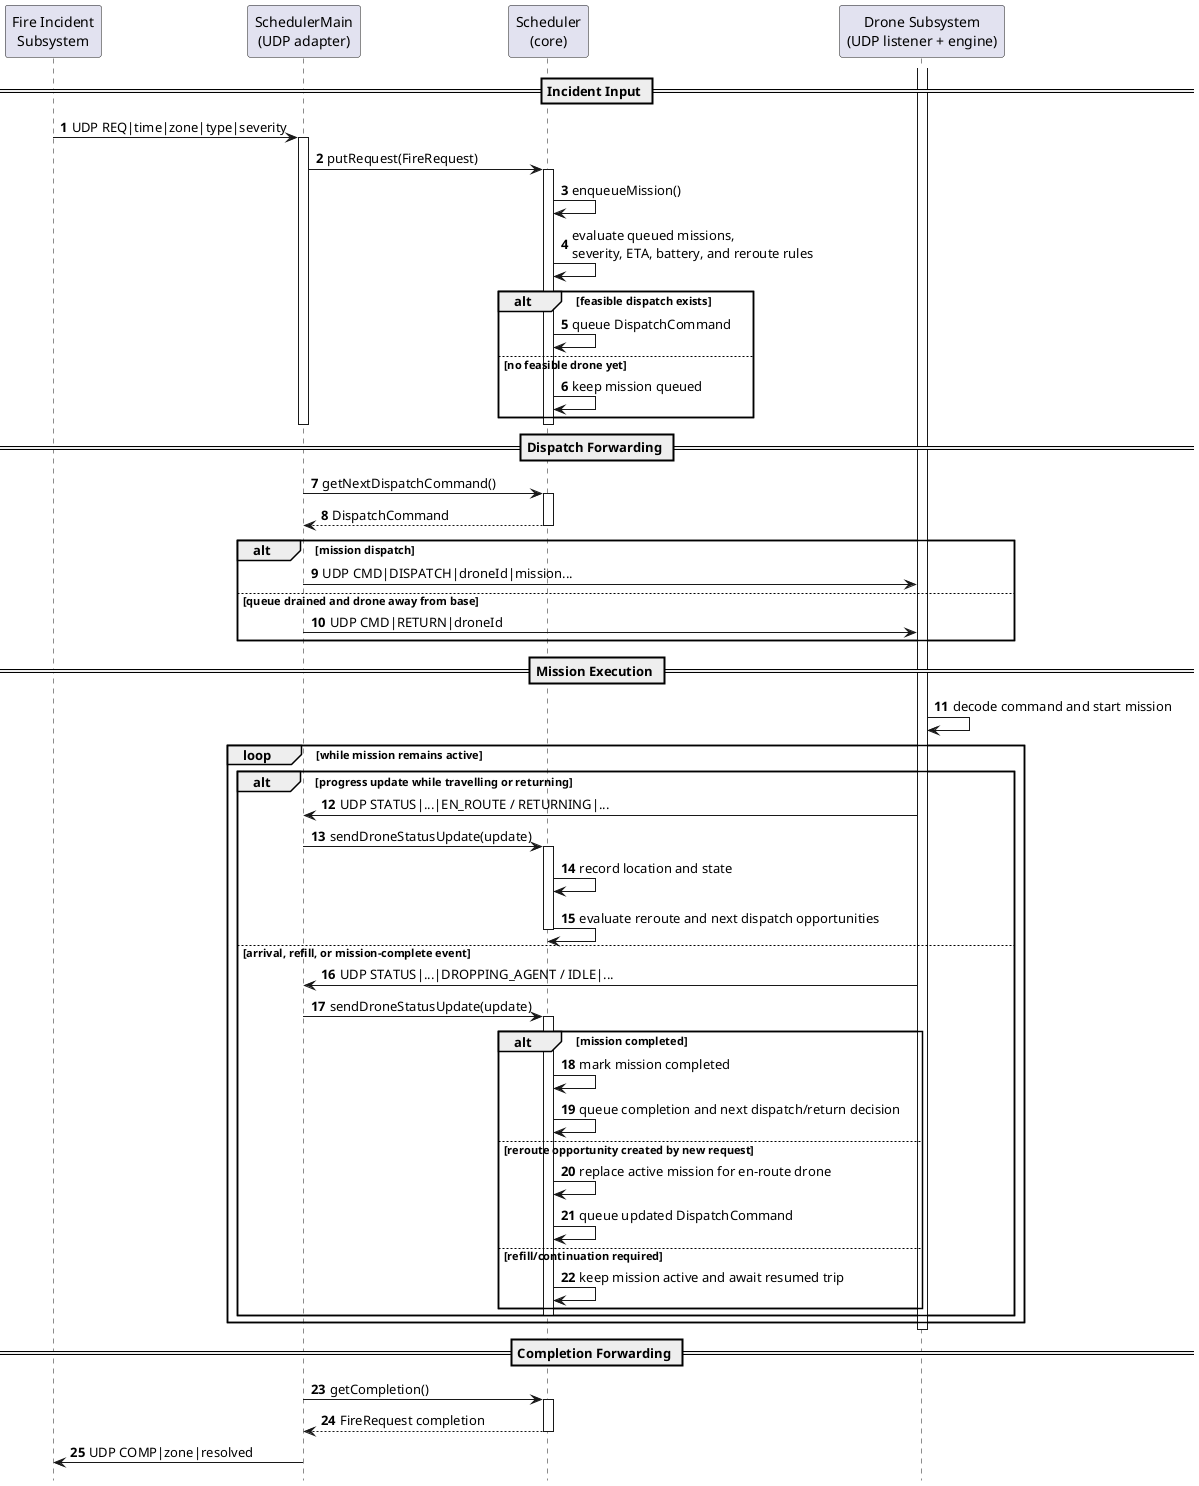
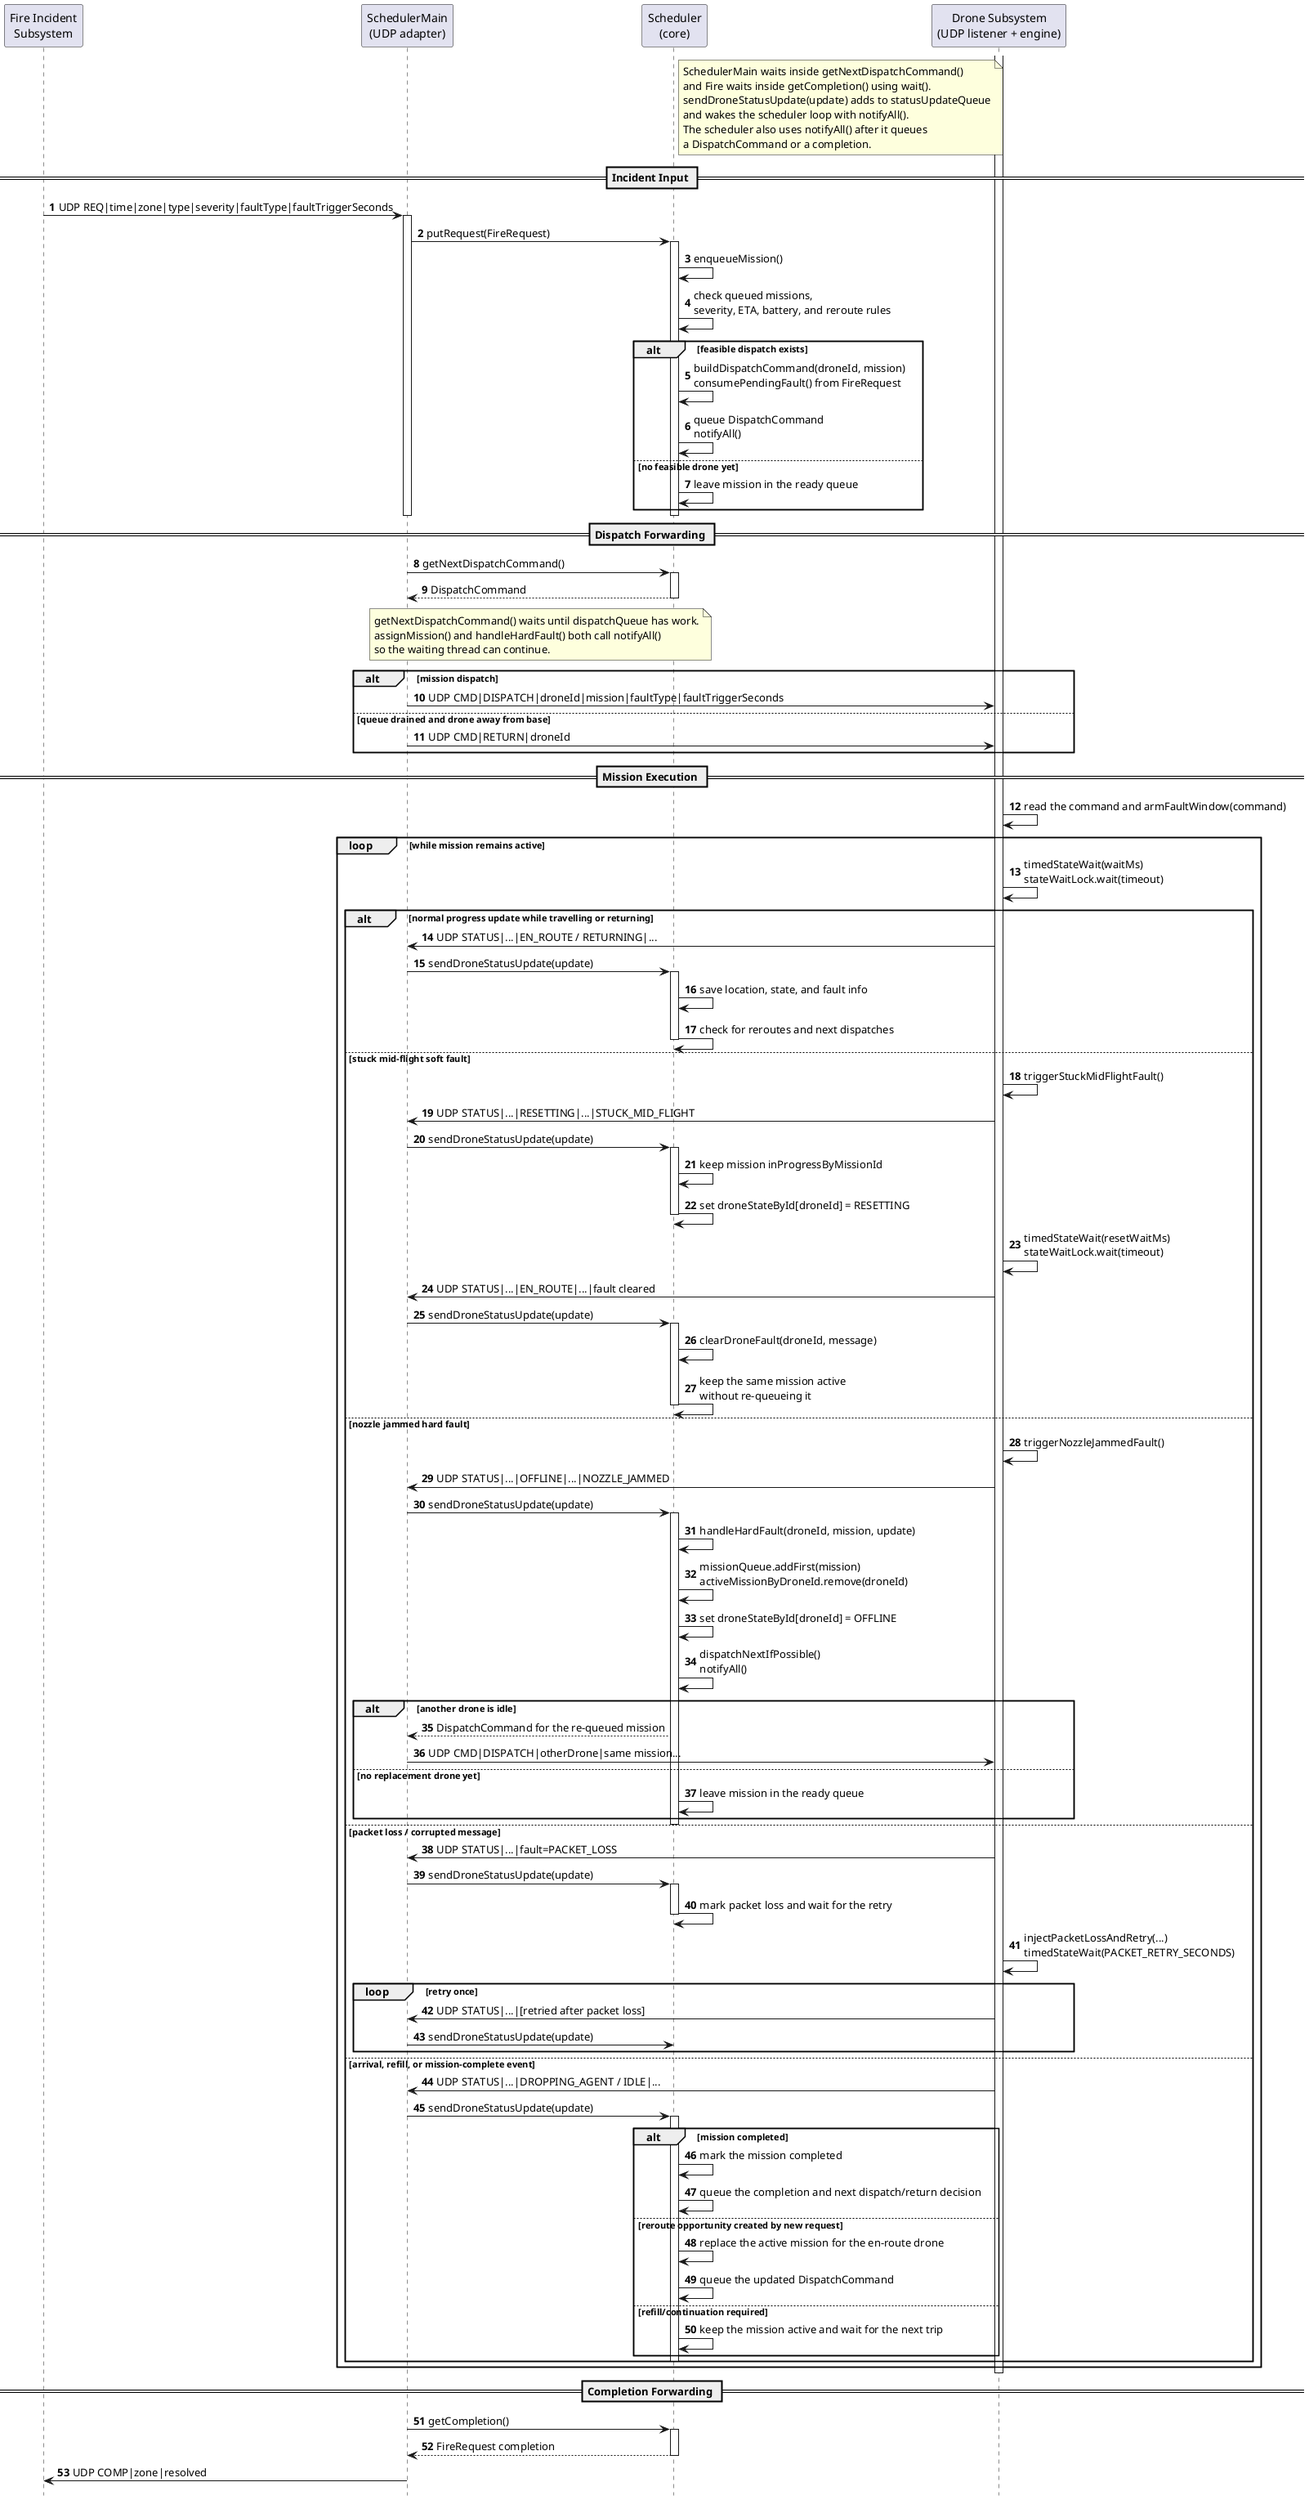
@startuml
autonumber
hide footbox

participant "Fire Incident\nSubsystem" as Fire
participant "SchedulerMain\n(UDP adapter)" as SchedulerMain
participant "Scheduler\n(core)" as Scheduler
participant "Drone Subsystem\n(UDP listener + engine)" as Drone

+ note right of Scheduler
+   SchedulerMain waits inside getNextDispatchCommand()
+   and Fire waits inside getCompletion() using wait().
+   sendDroneStatusUpdate(update) adds to statusUpdateQueue
+   and wakes the scheduler loop with notifyAll().
+   The scheduler also uses notifyAll() after it queues
+   a DispatchCommand or a completion.
+ end note
+ 
== Incident Input ==
- Fire -> SchedulerMain : UDP REQ|time|zone|type|severity
+ Fire -> SchedulerMain : UDP REQ|time|zone|type|severity|faultType|faultTriggerSeconds
activate SchedulerMain
SchedulerMain -> Scheduler : putRequest(FireRequest)
activate Scheduler
Scheduler -> Scheduler : enqueueMission()
- Scheduler -> Scheduler : evaluate queued missions,\nseverity, ETA, battery, and reroute rules
+ Scheduler -> Scheduler : check queued missions,\nseverity, ETA, battery, and reroute rules
alt feasible dispatch exists
-   Scheduler -> Scheduler : queue DispatchCommand
+   Scheduler -> Scheduler : buildDispatchCommand(droneId, mission)\nconsumePendingFault() from FireRequest
+   Scheduler -> Scheduler : queue DispatchCommand\nnotifyAll()
else no feasible drone yet
-   Scheduler -> Scheduler : keep mission queued
+   Scheduler -> Scheduler : leave mission in the ready queue
end
deactivate Scheduler
deactivate SchedulerMain

== Dispatch Forwarding ==
SchedulerMain -> Scheduler : getNextDispatchCommand()
activate Scheduler
Scheduler --> SchedulerMain : DispatchCommand
deactivate Scheduler
+ note over SchedulerMain,Scheduler
+   getNextDispatchCommand() waits until dispatchQueue has work.
+   assignMission() and handleHardFault() both call notifyAll()
+   so the waiting thread can continue.
+ end note
alt mission dispatch
-   SchedulerMain -> Drone : UDP CMD|DISPATCH|droneId|mission...
+   SchedulerMain -> Drone : UDP CMD|DISPATCH|droneId|mission|faultType|faultTriggerSeconds
else queue drained and drone away from base
  SchedulerMain -> Drone : UDP CMD|RETURN|droneId
end

== Mission Execution ==
activate Drone
- Drone -> Drone : decode command and start mission
+ Drone -> Drone : read the command and armFaultWindow(command)

loop while mission remains active
-   alt progress update while travelling or returning
+   Drone -> Drone : timedStateWait(waitMs)\nstateWaitLock.wait(timeout)
+ 
+   alt normal progress update while travelling or returning
    Drone -> SchedulerMain : UDP STATUS|...|EN_ROUTE / RETURNING|...
    SchedulerMain -> Scheduler : sendDroneStatusUpdate(update)
    activate Scheduler
-     Scheduler -> Scheduler : record location and state
-     Scheduler -> Scheduler : evaluate reroute and next dispatch opportunities
+     Scheduler -> Scheduler : save location, state, and fault info
+     Scheduler -> Scheduler : check for reroutes and next dispatches
    deactivate Scheduler
+   else stuck mid-flight soft fault
+     Drone -> Drone : triggerStuckMidFlightFault()
+     Drone -> SchedulerMain : UDP STATUS|...|RESETTING|...|STUCK_MID_FLIGHT
+     SchedulerMain -> Scheduler : sendDroneStatusUpdate(update)
+     activate Scheduler
+     Scheduler -> Scheduler : keep mission inProgressByMissionId
+     Scheduler -> Scheduler : set droneStateById[droneId] = RESETTING
+     deactivate Scheduler
+ 
+     Drone -> Drone : timedStateWait(resetWaitMs)\nstateWaitLock.wait(timeout)
+     Drone -> SchedulerMain : UDP STATUS|...|EN_ROUTE|...|fault cleared
+     SchedulerMain -> Scheduler : sendDroneStatusUpdate(update)
+     activate Scheduler
+     Scheduler -> Scheduler : clearDroneFault(droneId, message)
+     Scheduler -> Scheduler : keep the same mission active\nwithout re-queueing it
+     deactivate Scheduler
+ 
+   else nozzle jammed hard fault
+     Drone -> Drone : triggerNozzleJammedFault()
+     Drone -> SchedulerMain : UDP STATUS|...|OFFLINE|...|NOZZLE_JAMMED
+     SchedulerMain -> Scheduler : sendDroneStatusUpdate(update)
+     activate Scheduler
+     Scheduler -> Scheduler : handleHardFault(droneId, mission, update)
+     Scheduler -> Scheduler : missionQueue.addFirst(mission)\nactiveMissionByDroneId.remove(droneId)
+     Scheduler -> Scheduler : set droneStateById[droneId] = OFFLINE
+     Scheduler -> Scheduler : dispatchNextIfPossible()\nnotifyAll()
+     alt another drone is idle
+       Scheduler --> SchedulerMain : DispatchCommand for the re-queued mission
+       SchedulerMain -> Drone : UDP CMD|DISPATCH|otherDrone|same mission...
+     else no replacement drone yet
+       Scheduler -> Scheduler : leave mission in the ready queue
+     end
+     deactivate Scheduler
+ 
+   else packet loss / corrupted message
+     Drone -> SchedulerMain : UDP STATUS|...|fault=PACKET_LOSS
+     SchedulerMain -> Scheduler : sendDroneStatusUpdate(update)
+     activate Scheduler
+     Scheduler -> Scheduler : mark packet loss and wait for the retry
+     deactivate Scheduler
+ 
+     Drone -> Drone : injectPacketLossAndRetry(...)\ntimedStateWait(PACKET_RETRY_SECONDS)
+     loop retry once
+       Drone -> SchedulerMain : UDP STATUS|...|[retried after packet loss]
+       SchedulerMain -> Scheduler : sendDroneStatusUpdate(update)
+     end
+ 
  else arrival, refill, or mission-complete event
    Drone -> SchedulerMain : UDP STATUS|...|DROPPING_AGENT / IDLE|...
    SchedulerMain -> Scheduler : sendDroneStatusUpdate(update)
    activate Scheduler
    alt mission completed
-       Scheduler -> Scheduler : mark mission completed
-       Scheduler -> Scheduler : queue completion and next dispatch/return decision
+       Scheduler -> Scheduler : mark the mission completed
+       Scheduler -> Scheduler : queue the completion and next dispatch/return decision
    else reroute opportunity created by new request
-       Scheduler -> Scheduler : replace active mission for en-route drone
-       Scheduler -> Scheduler : queue updated DispatchCommand
+       Scheduler -> Scheduler : replace the active mission for the en-route drone
+       Scheduler -> Scheduler : queue the updated DispatchCommand
    else refill/continuation required
-       Scheduler -> Scheduler : keep mission active and await resumed trip
+       Scheduler -> Scheduler : keep the mission active and wait for the next trip
    end
    deactivate Scheduler
  end
end
deactivate Drone

== Completion Forwarding ==
SchedulerMain -> Scheduler : getCompletion()
activate Scheduler
Scheduler --> SchedulerMain : FireRequest completion
deactivate Scheduler
SchedulerMain -> Fire : UDP COMP|zone|resolved

@enduml
